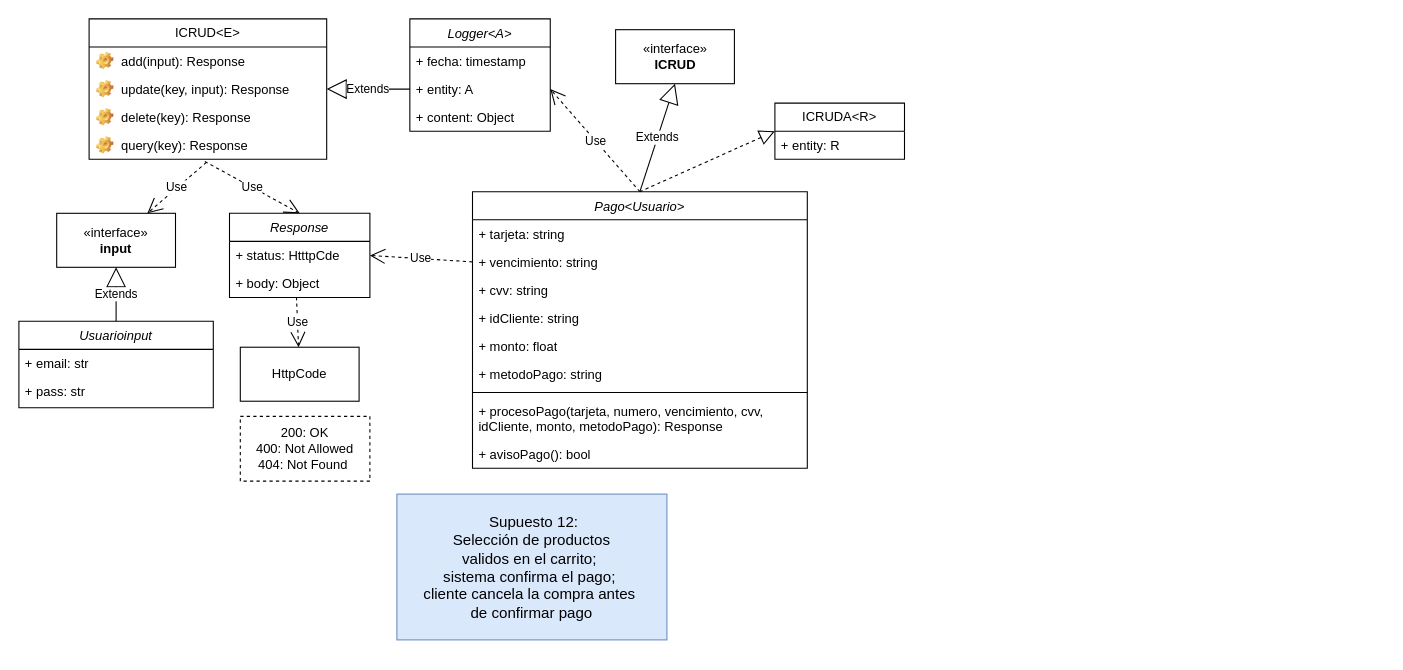
This is Front-End_Sprint/Diagrama Supuesto12.drawio from Giggin-html/dwm4, a draw.io file, before an edit. Source tidied: cells renumbered, new cells numbered last; positions are measured from the earlier drawing's top-left corner, leaving out a move shared by most shapes. Both pictures are drawn from the tidied source at 108%, with x=0, y=0 at pixel (18, 18).
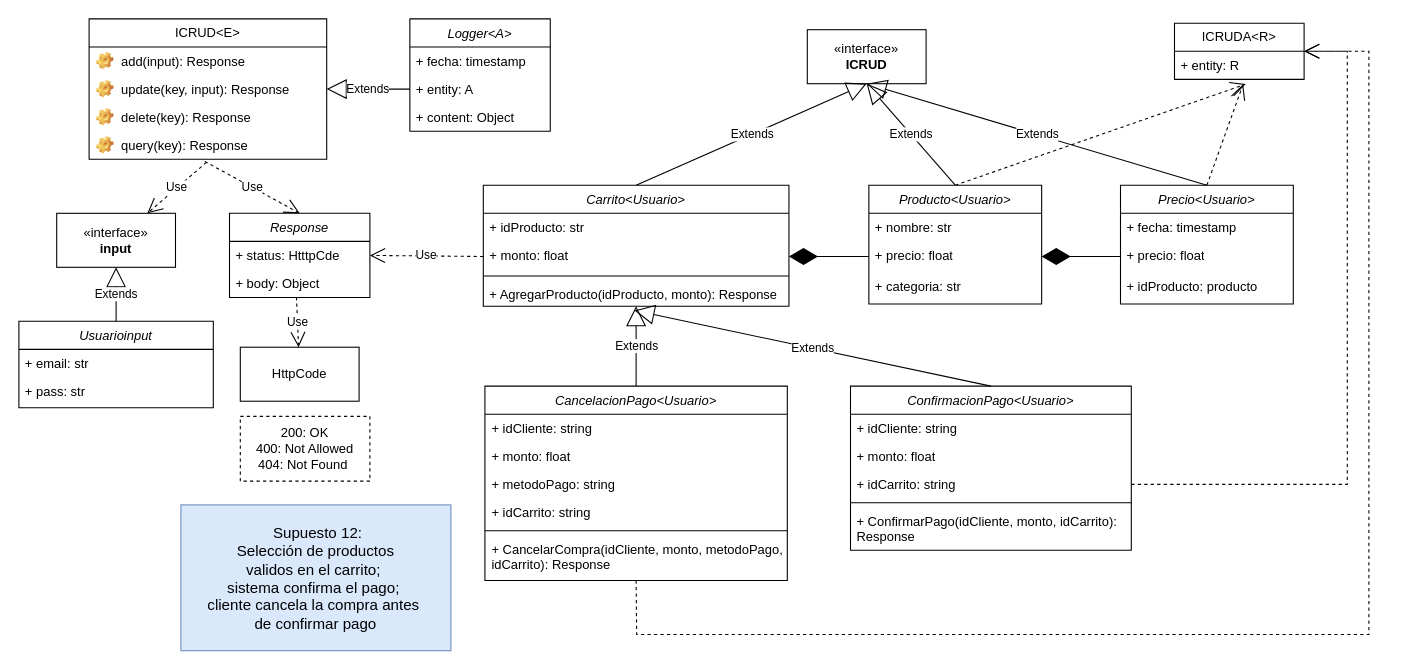
The same page after the edit.

Unchanged cells that the change refers to:
```xml
<mxCell id="24" value="+ status: HtttpCde" style="text;strokeColor=none;fillColor=none;align=left;verticalAlign=top;spacingLeft=4;spacingRight=4;overflow=hidden;points=[[0,0.5],[1,0.5]];portConstraint=eastwest;whiteSpace=wrap;html=1;" parent="23" vertex="1">
  <mxGeometry y="26" width="130" height="26" as="geometry" />
</mxCell>
<mxCell id="36" value="+ entity: A" style="text;strokeColor=none;fillColor=none;align=left;verticalAlign=top;spacingLeft=4;spacingRight=4;overflow=hidden;points=[[0,0.5],[1,0.5]];portConstraint=eastwest;whiteSpace=wrap;html=1;" parent="34" vertex="1">
  <mxGeometry y="52" width="130" height="26" as="geometry" />
</mxCell>
<mxCell id="41" value="+ entity: R" style="text;strokeColor=none;fillColor=none;align=left;verticalAlign=top;spacingLeft=4;spacingRight=4;overflow=hidden;points=[[0,0.5],[1,0.5]];portConstraint=eastwest;whiteSpace=wrap;html=1;" parent="40" vertex="1">
  <mxGeometry y="26" width="120" height="26" as="geometry" />
</mxCell>
```

The edit, as a diff of the source:
```diff
@@
-    <mxCell id="2" value="Pago&lt;Usuario&gt;" style="swimlane;fontStyle=2;align=center;verticalAlign=top;horizontal=1;startSize=26;rounded=0;shadow=0;strokeWidth=1;" parent="1" vertex="1">
-      <mxGeometry x="420" y="160" width="310" height="256" as="geometry" />
-    </mxCell>
-    <mxCell id="3" value="+ tarjeta: string" style="text;strokeColor=none;fillColor=none;align=left;verticalAlign=top;spacingLeft=4;spacingRight=4;overflow=hidden;whiteSpace=wrap;html=1;" parent="2" vertex="1">
-      <mxGeometry y="26" width="310" height="26" as="geometry" />
-    </mxCell>
-    <mxCell id="4" value="+ vencimiento: string" style="text;strokeColor=none;fillColor=none;align=left;verticalAlign=top;spacingLeft=4;spacingRight=4;overflow=hidden;points=[[0,0.5],[1,0.5]];portConstraint=eastwest;whiteSpace=wrap;html=1;" parent="2" vertex="1">
-      <mxGeometry y="52" width="310" height="26" as="geometry" />
-    </mxCell>
-    <mxCell id="5" value="+ cvv: string" style="text;strokeColor=none;fillColor=none;align=left;verticalAlign=top;spacingLeft=4;spacingRight=4;overflow=hidden;whiteSpace=wrap;html=1;" parent="2" vertex="1">
-      <mxGeometry y="78" width="310" height="26" as="geometry" />
-    </mxCell>
-    <mxCell id="6" value="+ idCliente: string" style="text;strokeColor=none;fillColor=none;align=left;verticalAlign=top;spacingLeft=4;spacingRight=4;overflow=hidden;whiteSpace=wrap;html=1;" parent="2" vertex="1">
-      <mxGeometry y="104" width="310" height="26" as="geometry" />
-    </mxCell>
-    <mxCell id="7" value="+ monto: float" style="text;strokeColor=none;fillColor=none;align=left;verticalAlign=top;spacingLeft=4;spacingRight=4;overflow=hidden;whiteSpace=wrap;html=1;" parent="2" vertex="1">
-      <mxGeometry y="130" width="310" height="26" as="geometry" />
-    </mxCell>
+    <mxCell id="43" value="CancelacionPago&lt;Usuario&gt;" style="swimlane;fontStyle=2;align=center;verticalAlign=top;horizontal=1;startSize=26;rounded=0;shadow=0;strokeWidth=1;" parent="1" vertex="1">
+      <mxGeometry x="431.5" y="340" width="280" height="180" as="geometry" />
+    </mxCell>
+    <mxCell id="44" value="+ idCliente: string" style="text;strokeColor=none;fillColor=none;align=left;verticalAlign=top;spacingLeft=4;spacingRight=4;overflow=hidden;whiteSpace=wrap;html=1;" parent="43" vertex="1">
+      <mxGeometry y="26" width="280" height="26" as="geometry" />
+    </mxCell>
+    <mxCell id="45" value="+ monto: float" style="text;strokeColor=none;fillColor=none;align=left;verticalAlign=top;spacingLeft=4;spacingRight=4;overflow=hidden;whiteSpace=wrap;html=1;" parent="43" vertex="1">
+      <mxGeometry y="52" width="280" height="26" as="geometry" />
+    </mxCell>
-    <mxCell id="8" value="+ metodoPago: string" style="text;strokeColor=none;fillColor=none;align=left;verticalAlign=top;spacingLeft=4;spacingRight=4;overflow=hidden;whiteSpace=wrap;html=1;" parent="2" vertex="1">
-      <mxGeometry y="156" width="310" height="26" as="geometry" />
+    <mxCell id="8" value="+ metodoPago: string" style="text;strokeColor=none;fillColor=none;align=left;verticalAlign=top;spacingLeft=4;spacingRight=4;overflow=hidden;whiteSpace=wrap;html=1;" parent="43" vertex="1">
+      <mxGeometry y="78" width="280" height="26" as="geometry" />
     </mxCell>
-    <mxCell id="9" style="line;html=1;strokeWidth=1;align=left;verticalAlign=middle;spacingTop=-1;spacingLeft=3;spacingRight=3;labelPosition=right;" parent="2" vertex="1">
-      <mxGeometry y="182" width="310" height="8" as="geometry" />
-    </mxCell>
-    <mxCell id="10" value="+ procesoPago(tarjeta, numero, vencimiento, cvv, idCliente, monto, metodoPago): Response" style="text;strokeColor=none;fillColor=none;align=left;verticalAlign=top;spacingLeft=4;spacingRight=4;overflow=hidden;whiteSpace=wrap;html=1;" parent="2" vertex="1">
-      <mxGeometry y="190" width="310" height="40" as="geometry" />
-    </mxCell>
-    <mxCell id="11" value="+ avisoPago(): bool" style="text;strokeColor=none;fillColor=none;align=left;verticalAlign=top;spacingLeft=4;spacingRight=4;overflow=hidden;whiteSpace=wrap;html=1;" parent="2" vertex="1">
-      <mxGeometry y="230" width="310" height="26" as="geometry" />
-    </mxCell>
+    <mxCell id="46" value="+ idCarrito: string" style="text;strokeColor=none;fillColor=none;align=left;verticalAlign=top;spacingLeft=4;spacingRight=4;overflow=hidden;whiteSpace=wrap;html=1;" parent="43" vertex="1">
+      <mxGeometry y="104" width="280" height="26" as="geometry" />
+    </mxCell>
+    <mxCell id="47" style="line;html=1;strokeWidth=1;align=left;verticalAlign=middle;spacingTop=-1;spacingLeft=3;spacingRight=3;labelPosition=right;" parent="43" vertex="1">
+      <mxGeometry y="130" width="280" height="8" as="geometry" />
+    </mxCell>
+    <mxCell id="48" value="+ CancelarCompra(idCliente, monto, metodoPago, idCarrito): Response" style="text;strokeColor=none;fillColor=none;align=left;verticalAlign=top;spacingLeft=4;spacingRight=4;overflow=hidden;whiteSpace=wrap;html=1;" parent="43" vertex="1">
+      <mxGeometry y="138" width="280" height="40" as="geometry" />
+    </mxCell>
@@
     <mxCell id="29" value="«interface»&lt;br&gt;&lt;b&gt;ICRUD&lt;/b&gt;" style="html=1;whiteSpace=wrap;" parent="1" vertex="1">
-      <mxGeometry x="552.5" y="10" width="110" height="50" as="geometry" />
+      <mxGeometry x="730" y="10" width="110" height="50" as="geometry" />
     </mxCell>
-    <mxCell id="30" value="Extends" style="endArrow=block;endSize=16;endFill=0;html=1;rounded=0;exitX=0.5;exitY=0;exitDx=0;exitDy=0;entryX=0.5;entryY=1;entryDx=0;entryDy=0;" parent="1" edge="1" source="2" target="29">
-      <mxGeometry relative="1" as="geometry" />
-    </mxCell>
-    <mxCell id="31" value="Use" style="endArrow=open;endSize=12;dashed=1;html=1;rounded=0;entryX=1;entryY=0.5;entryDx=0;entryDy=0;exitX=0;exitY=0.5;exitDx=0;exitDy=0;" parent="1" edge="1" source="4" target="24">
-      <mxGeometry relative="1" as="geometry" />
-    </mxCell>
+    <mxCell id="49" value="Extends" style="endArrow=block;endSize=16;endFill=0;html=1;rounded=0;exitX=0.5;exitY=0;exitDx=0;exitDy=0;entryX=0.5;entryY=1;entryDx=0;entryDy=0;" parent="1" edge="1" source="57" target="29">
+      <mxGeometry relative="1" as="geometry" />
+    </mxCell>
     <mxCell id="32" value="&lt;font style=&quot;font-size: 14px;&quot;&gt;&amp;nbsp;Supuesto 12:&lt;/font&gt;&lt;div&gt;&lt;font style=&quot;font-size: 14px;&quot;&gt;Selección de productos&lt;/font&gt;&lt;/div&gt;&lt;div&gt;&lt;font style=&quot;font-size: 14px;&quot;&gt;validos&amp;nbsp;&lt;/font&gt;&lt;span style=&quot;font-size: 14px; background-color: transparent; color: light-dark(rgb(0, 0, 0), rgb(255, 255, 255));&quot;&gt;en el carrito;&amp;nbsp;&lt;/span&gt;&lt;/div&gt;&lt;div&gt;&lt;font style=&quot;font-size: 14px;&quot;&gt;sistema confirma el pago;&amp;nbsp;&lt;/font&gt;&lt;/div&gt;&lt;div&gt;&lt;font style=&quot;font-size: 14px;&quot;&gt;cliente cancela la compra&amp;nbsp;&lt;/font&gt;&lt;span style=&quot;font-size: 14px; background-color: transparent; color: light-dark(rgb(0, 0, 0), rgb(255, 255, 255));&quot;&gt;antes&amp;nbsp;&lt;/span&gt;&lt;/div&gt;&lt;div&gt;&lt;span style=&quot;font-size: 14px; background-color: transparent; color: light-dark(rgb(0, 0, 0), rgb(255, 255, 255));&quot;&gt;de confirmar pago&lt;/span&gt;&lt;/div&gt;&lt;div&gt;&lt;div&gt;&lt;/div&gt;&lt;/div&gt;" style="html=1;whiteSpace=wrap;fillColor=#dae8fc;strokeColor=#6c8ebf;" parent="1" vertex="1">
-      <mxGeometry x="350" y="440" width="250" height="135" as="geometry" />
+      <mxGeometry x="150" y="450" width="250" height="135" as="geometry" />
     </mxCell>
@@
-    <mxCell id="39" value="Use" style="endArrow=open;endSize=12;dashed=1;html=1;rounded=0;entryX=1;entryY=0.5;entryDx=0;entryDy=0;exitX=0.5;exitY=0;exitDx=0;exitDy=0;" parent="1" edge="1" source="2" target="36">
-      <mxGeometry relative="1" as="geometry" />
-    </mxCell>
     <mxCell id="40" value="ICRUDA&amp;lt;R&amp;gt;" style="swimlane;fontStyle=0;horizontal=1;startSize=26;fillColor=none;whiteSpace=wrap;html=1;" parent="1" vertex="1">
-      <mxGeometry x="700" y="78" width="120" height="52" as="geometry" />
+      <mxGeometry x="1070" y="4" width="120" height="52" as="geometry" />
     </mxCell>
@@
-    <mxCell id="42" style="endArrow=block;dashed=1;endFill=0;endSize=12;html=1;rounded=0;fontSize=12;curved=1;entryX=0;entryY=0.5;entryDx=0;entryDy=0;exitX=0.5;exitY=0;exitDx=0;exitDy=0;" parent="1" edge="1" source="2" target="40">
-      <mxGeometry relative="1" as="geometry" />
-    </mxCell>
+    <mxCell id="50" value="ConfirmacionPago&lt;Usuario&gt;" style="swimlane;fontStyle=2;align=center;verticalAlign=top;horizontal=1;startSize=26;rounded=0;shadow=0;strokeWidth=1;" parent="1" vertex="1">
+      <mxGeometry x="770" y="340" width="260" height="152" as="geometry" />
+    </mxCell>
+    <mxCell id="51" value="+ idCliente: string" style="text;strokeColor=none;fillColor=none;align=left;verticalAlign=top;spacingLeft=4;spacingRight=4;overflow=hidden;whiteSpace=wrap;html=1;" parent="50" vertex="1">
+      <mxGeometry y="26" width="260" height="26" as="geometry" />
+    </mxCell>
+    <mxCell id="52" value="+ monto: float" style="text;strokeColor=none;fillColor=none;align=left;verticalAlign=top;spacingLeft=4;spacingRight=4;overflow=hidden;whiteSpace=wrap;html=1;" parent="50" vertex="1">
+      <mxGeometry y="52" width="260" height="26" as="geometry" />
+    </mxCell>
+    <mxCell id="53" value="+ idCarrito: string" style="text;strokeColor=none;fillColor=none;align=left;verticalAlign=top;spacingLeft=4;spacingRight=4;overflow=hidden;points=[[0,0.5],[1,0.5]];portConstraint=eastwest;whiteSpace=wrap;html=1;" parent="50" vertex="1">
+      <mxGeometry y="78" width="260" height="26" as="geometry" />
+    </mxCell>
+    <mxCell id="54" style="line;html=1;strokeWidth=1;align=left;verticalAlign=middle;spacingTop=-1;spacingLeft=3;spacingRight=3;labelPosition=right;" parent="50" vertex="1">
+      <mxGeometry y="104" width="260" height="8" as="geometry" />
+    </mxCell>
+    <mxCell id="55" value="+ ConfirmarPago(idCliente, monto, idCarrito): Response" style="text;strokeColor=none;fillColor=none;align=left;verticalAlign=top;spacingLeft=4;spacingRight=4;overflow=hidden;whiteSpace=wrap;html=1;" parent="50" vertex="1">
+      <mxGeometry y="112" width="260" height="40" as="geometry" />
+    </mxCell>
+    <mxCell id="56" value="Extends" style="endArrow=block;endSize=16;endFill=0;html=1;rounded=0;exitX=0.5;exitY=0;exitDx=0;exitDy=0;entryX=0.5;entryY=1;entryDx=0;entryDy=0;" parent="1" edge="1" source="62" target="29">
+      <mxGeometry relative="1" as="geometry" />
+    </mxCell>
+    <mxCell id="57" value="Carrito&lt;Usuario&gt;" style="swimlane;fontStyle=2;align=center;verticalAlign=top;horizontal=1;startSize=26;rounded=0;shadow=0;strokeWidth=1;" parent="1" vertex="1">
+      <mxGeometry x="430" y="154" width="283" height="112" as="geometry" />
+    </mxCell>
+    <mxCell id="58" value="+ idProducto: str" style="text;strokeColor=none;fillColor=none;align=left;verticalAlign=top;spacingLeft=4;spacingRight=4;overflow=hidden;whiteSpace=wrap;html=1;" parent="57" vertex="1">
+      <mxGeometry y="26" width="283" height="26" as="geometry" />
+    </mxCell>
+    <mxCell id="59" value="+ monto: float" style="text;strokeColor=none;fillColor=none;align=left;verticalAlign=top;spacingLeft=4;spacingRight=4;overflow=hidden;points=[[0,0.5],[1,0.5]];portConstraint=eastwest;whiteSpace=wrap;html=1;" parent="57" vertex="1">
+      <mxGeometry y="52" width="283" height="28" as="geometry" />
+    </mxCell>
+    <mxCell id="60" style="line;html=1;strokeWidth=1;align=left;verticalAlign=middle;spacingTop=-1;spacingLeft=3;spacingRight=3;labelPosition=right;" parent="57" vertex="1">
+      <mxGeometry y="80" width="283" height="8" as="geometry" />
+    </mxCell>
+    <mxCell id="61" value="+ AgregarProducto(idProducto, monto): Response" style="text;strokeColor=none;fillColor=none;align=left;verticalAlign=top;spacingLeft=4;spacingRight=4;overflow=hidden;points=[[0,0.5],[1,0.5]];portConstraint=eastwest;whiteSpace=wrap;html=1;" parent="57" vertex="1">
+      <mxGeometry y="88" width="283" height="24" as="geometry" />
+    </mxCell>
+    <mxCell id="62" value="Producto&lt;Usuario&gt;" style="swimlane;fontStyle=2;align=center;verticalAlign=top;horizontal=1;startSize=26;rounded=0;shadow=0;strokeWidth=1;" parent="1" vertex="1">
+      <mxGeometry x="787" y="154" width="160" height="110" as="geometry" />
+    </mxCell>
+    <mxCell id="63" value="+ nombre: str" style="text;strokeColor=none;fillColor=none;align=left;verticalAlign=top;spacingLeft=4;spacingRight=4;overflow=hidden;whiteSpace=wrap;html=1;" parent="62" vertex="1">
+      <mxGeometry y="26" width="160" height="26" as="geometry" />
+    </mxCell>
+    <mxCell id="64" value="+ precio: float" style="text;strokeColor=none;fillColor=none;align=left;verticalAlign=top;spacingLeft=4;spacingRight=4;overflow=hidden;points=[[0,0.5],[1,0.5]];portConstraint=eastwest;whiteSpace=wrap;html=1;" parent="62" vertex="1">
+      <mxGeometry y="52" width="160" height="28" as="geometry" />
+    </mxCell>
+    <mxCell id="65" value="+ categoria: str" style="text;strokeColor=none;fillColor=none;align=left;verticalAlign=top;spacingLeft=4;spacingRight=4;overflow=hidden;whiteSpace=wrap;html=1;" parent="62" vertex="1">
+      <mxGeometry y="80" width="160" height="26" as="geometry" />
+    </mxCell>
+    <mxCell id="66" value="Precio&lt;Usuario&gt;" style="swimlane;fontStyle=2;align=center;verticalAlign=top;horizontal=1;startSize=26;rounded=0;shadow=0;strokeWidth=1;" parent="1" vertex="1">
+      <mxGeometry x="1020" y="154" width="160" height="110" as="geometry" />
+    </mxCell>
+    <mxCell id="67" value="+ fecha: timestamp" style="text;strokeColor=none;fillColor=none;align=left;verticalAlign=top;spacingLeft=4;spacingRight=4;overflow=hidden;whiteSpace=wrap;html=1;" parent="66" vertex="1">
+      <mxGeometry y="26" width="160" height="26" as="geometry" />
+    </mxCell>
+    <mxCell id="68" value="+ precio: float" style="text;strokeColor=none;fillColor=none;align=left;verticalAlign=top;spacingLeft=4;spacingRight=4;overflow=hidden;points=[[0,0.5],[1,0.5]];portConstraint=eastwest;whiteSpace=wrap;html=1;" parent="66" vertex="1">
+      <mxGeometry y="52" width="160" height="28" as="geometry" />
+    </mxCell>
+    <mxCell id="69" value="+ idProducto: producto" style="text;strokeColor=none;fillColor=none;align=left;verticalAlign=top;spacingLeft=4;spacingRight=4;overflow=hidden;whiteSpace=wrap;html=1;" parent="66" vertex="1">
+      <mxGeometry y="80" width="160" height="26" as="geometry" />
+    </mxCell>
+    <mxCell id="70" style="endArrow=diamondThin;endFill=1;endSize=24;html=1;rounded=0;entryX=1;entryY=0.5;entryDx=0;entryDy=0;exitX=0;exitY=0.5;exitDx=0;exitDy=0;" parent="1" edge="1" source="64" target="59">
+      <mxGeometry relative="1" as="geometry" />
+    </mxCell>
+    <mxCell id="71" style="endArrow=diamondThin;endFill=1;endSize=24;html=1;rounded=0;entryX=1;entryY=0.5;entryDx=0;entryDy=0;exitX=0;exitY=0.5;exitDx=0;exitDy=0;" parent="1" edge="1" source="68" target="64">
+      <mxGeometry relative="1" as="geometry" />
+    </mxCell>
+    <mxCell id="31" value="Use" style="endArrow=open;endSize=12;dashed=1;html=1;rounded=0;entryX=1;entryY=0.5;entryDx=0;entryDy=0;exitX=0;exitY=0.5;exitDx=0;exitDy=0;" parent="1" edge="1" source="59" target="24">
+      <mxGeometry relative="1" as="geometry" />
+    </mxCell>
+    <mxCell id="72" style="endArrow=open;endSize=12;dashed=1;html=1;rounded=0;entryX=1;entryY=0.5;entryDx=0;entryDy=0;exitX=0.5;exitY=1;exitDx=0;exitDy=0;" parent="1" edge="1" source="43" target="40">
+      <mxGeometry relative="1" as="geometry">
+        <Array as="points">
+          <mxPoint x="572" y="570" />
+          <mxPoint x="1250" y="570" />
+          <mxPoint x="1250" y="30" />
+        </Array>
+      </mxGeometry>
+    </mxCell>
+    <mxCell id="73" style="endArrow=open;endSize=12;dashed=1;html=1;rounded=0;entryX=1;entryY=0.5;entryDx=0;entryDy=0;exitX=1;exitY=0.5;exitDx=0;exitDy=0;" parent="1" edge="1" source="53" target="40">
+      <mxGeometry relative="1" as="geometry">
+        <Array as="points">
+          <mxPoint x="1230" y="431" />
+          <mxPoint x="1230" y="30" />
+        </Array>
+      </mxGeometry>
+    </mxCell>
+    <mxCell id="74" value="Extends" style="endArrow=block;endSize=16;endFill=0;html=1;rounded=0;exitX=0.5;exitY=0;exitDx=0;exitDy=0;entryX=0.5;entryY=1;entryDx=0;entryDy=0;" parent="1" edge="1" source="66" target="29">
+      <mxGeometry relative="1" as="geometry" />
+    </mxCell>
+    <mxCell id="75" value="Extends" style="endArrow=block;endSize=16;endFill=0;html=1;rounded=0;exitX=0.5;exitY=0;exitDx=0;exitDy=0;" parent="1" edge="1" source="43" target="61">
+      <mxGeometry relative="1" as="geometry" />
+    </mxCell>
+    <mxCell id="76" value="Extends" style="endArrow=block;endSize=16;endFill=0;html=1;rounded=0;exitX=0.5;exitY=0;exitDx=0;exitDy=0;" parent="1" edge="1" source="50">
+      <mxGeometry relative="1" as="geometry">
+        <mxPoint x="570" y="270" as="targetPoint" />
+      </mxGeometry>
+    </mxCell>
+    <mxCell id="77" style="endArrow=open;endSize=12;dashed=1;html=1;rounded=0;entryX=0.55;entryY=1.169;entryDx=0;entryDy=0;exitX=0.5;exitY=0;exitDx=0;exitDy=0;entryPerimeter=0;" parent="1" edge="1" source="62" target="41">
+      <mxGeometry relative="1" as="geometry" />
+    </mxCell>
+    <mxCell id="78" style="endArrow=open;endSize=12;dashed=1;html=1;rounded=0;entryX=0.53;entryY=1.169;entryDx=0;entryDy=0;exitX=0.5;exitY=0;exitDx=0;exitDy=0;entryPerimeter=0;" parent="1" edge="1" source="66" target="41">
+      <mxGeometry relative="1" as="geometry" />
+    </mxCell>
```
